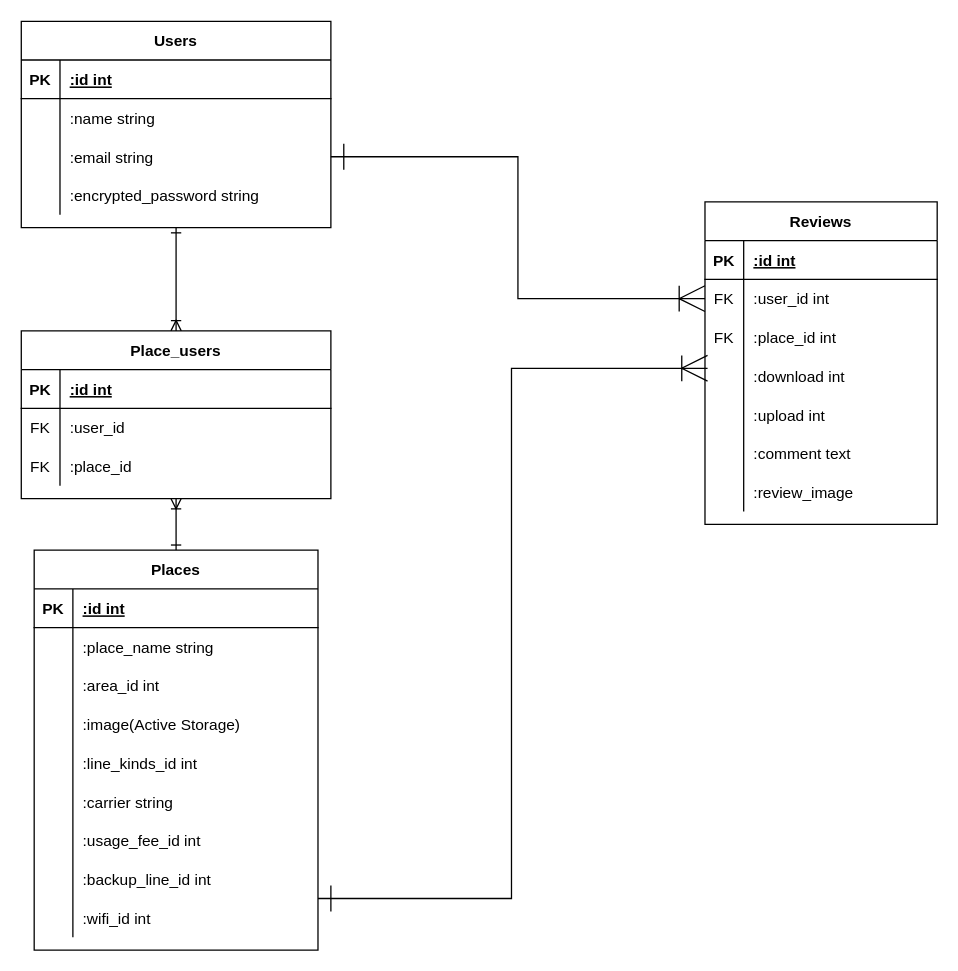
This is ER.dio from Kurikoko/evels-review, a draw.io file, before an edit. Source tidied: cells renumbered, new cells numbered last; positions are measured from the earlier drawing's top-left corner, leaving out a move shared by most shapes. Both pictures are drawn from the tidied source at 129%, with x=0, y=0 at pixel (21, 21).
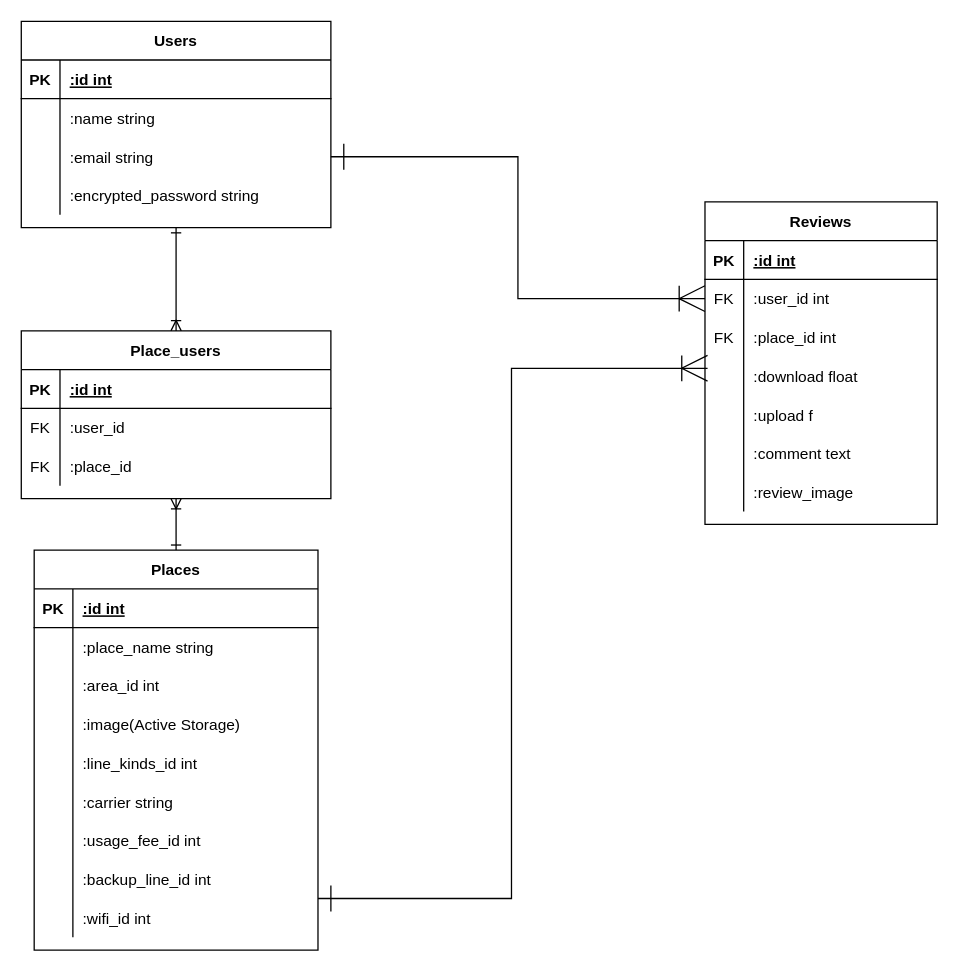
Above is the later version.

Unchanged cells that the change refers to:
```xml
<mxCell id="25" style="shape=partialRectangle;fillColor=none;top=0;left=0;bottom=0;right=0;" parent="15" vertex="1">
  <mxGeometry y="120" width="180" height="30" as="geometry" />
</mxCell>
<mxCell id="28" style="shape=partialRectangle;fillColor=none;top=0;left=0;bottom=0;right=0;" parent="15" vertex="1">
  <mxGeometry y="150" width="180" height="30" as="geometry" />
</mxCell>
```

The edit, as a diff of the source:
```diff
@@
-    <mxCell id="27" value=":download int" style="shape=partialRectangle;fillColor=none;top=0;left=0;bottom=0;right=0;align=left;spacingLeft=6;overflow=hidden;" parent="25" vertex="1">
+    <mxCell id="27" value=":download float" style="shape=partialRectangle;fillColor=none;top=0;left=0;bottom=0;right=0;align=left;spacingLeft=6;overflow=hidden;" parent="25" vertex="1">
       <mxGeometry x="30" width="150" height="30" as="geometry" />
     </mxCell>
@@
-    <mxCell id="30" value=":upload int" style="shape=partialRectangle;fillColor=none;top=0;left=0;bottom=0;right=0;align=left;spacingLeft=6;overflow=hidden;" parent="28" vertex="1">
+    <mxCell id="30" value=":upload f" style="shape=partialRectangle;fillColor=none;top=0;left=0;bottom=0;right=0;align=left;spacingLeft=6;overflow=hidden;" parent="28" vertex="1">
       <mxGeometry x="30" width="150" height="30" as="geometry" />
     </mxCell>
```
